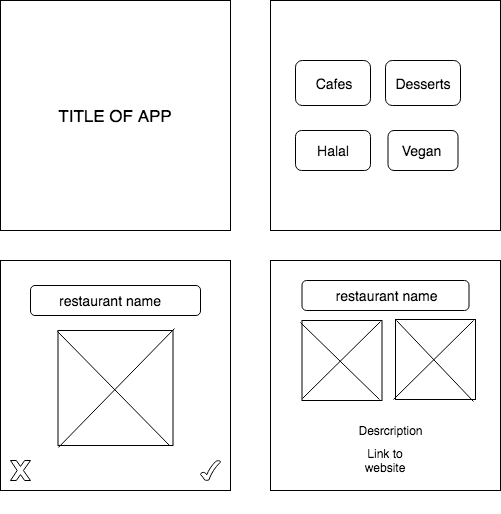
Above: readme-images/wireframes.png in anumhsn/ga-project4 (draw.io), before the change. Source tidied: cells renumbered, new cells last; positions are measured from the earlier drawing's top-left corner, leaving out a move shared by most shapes.
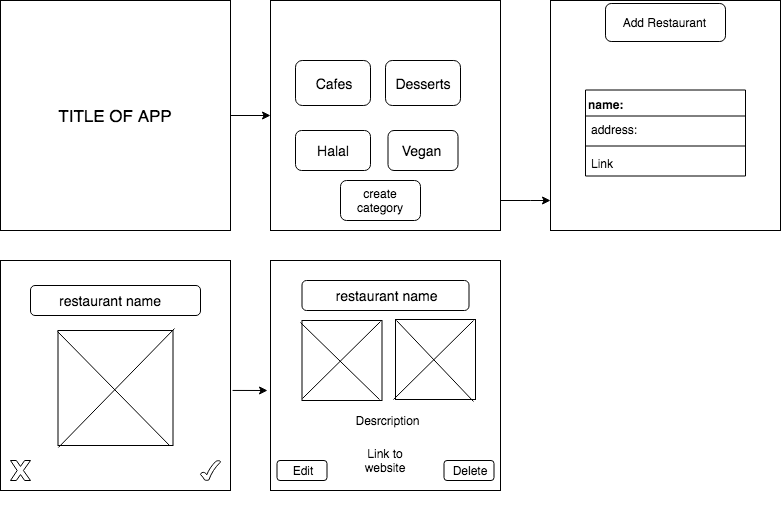
The same file after the commit.

Change to the diagram source:
```diff
@@ -2,12 +2,26 @@
   <root>
     <mxCell id="0" />
     <mxCell id="1" parent="0" />
+    <mxCell id="30" style="edgeStyle=orthogonalEdgeStyle;rounded=0;jettySize=auto;html=1;" parent="1" edge="1" source="2" target="3">
+      <mxGeometry relative="1" as="geometry" />
+    </mxCell>
     <mxCell id="2" value="&lt;font style=&quot;font-size: 17px&quot;&gt;TITLE OF APP&lt;/font&gt;" style="whiteSpace=wrap;html=1;" parent="1" vertex="1">
       <mxGeometry width="230" height="230" as="geometry" />
     </mxCell>
+    <mxCell id="31" style="edgeStyle=orthogonalEdgeStyle;rounded=0;jettySize=auto;html=1;" parent="1" edge="1" source="3" target="32">
+      <mxGeometry relative="1" as="geometry">
+        <Array as="points">
+          <mxPoint x="530" y="200" />
+          <mxPoint x="530" y="200" />
+        </Array>
+      </mxGeometry>
+    </mxCell>
     <mxCell id="3" style="whiteSpace=wrap;html=1;" parent="1" vertex="1">
       <mxGeometry x="270" width="230" height="230" as="geometry" />
     </mxCell>
+    <mxCell id="32" style="whiteSpace=wrap;html=1;" parent="1" vertex="1">
+      <mxGeometry x="550" width="230" height="230" as="geometry" />
+    </mxCell>
     <mxCell id="4" style="rounded=1;whiteSpace=wrap;html=1;" parent="1" vertex="1">
       <mxGeometry x="295" y="60" width="75" height="45" as="geometry" />
     </mxCell>
@@ -75,7 +89,7 @@
       <mxGeometry x="375" y="407.5" width="20" height="105" as="geometry" />
     </mxCell>
     <mxCell id="26" value="Desrcription" style="text;html=1;strokeColor=none;fillColor=none;align=center;verticalAlign=middle;whiteSpace=wrap;rounded=0;" parent="1" vertex="1">
-      <mxGeometry x="347.5" y="420" width="85" height="20" as="geometry" />
+      <mxGeometry x="345" y="410" width="85" height="20" as="geometry" />
     </mxCell>
     <mxCell id="27" style="whiteSpace=wrap;html=1;" parent="1" vertex="1">
       <mxGeometry x="395" y="319" width="80" height="80" as="geometry" />
@@ -86,5 +100,34 @@
     <mxCell id="29" style="endArrow=none;html=1;entryX=0.975;entryY=0.013;entryDx=0;entryDy=0;entryPerimeter=0;exitX=-0.025;exitY=1;exitDx=0;exitDy=0;exitPerimeter=0;" parent="1" edge="1" source="27" target="27">
       <mxGeometry relative="1" as="geometry" />
     </mxCell>
+    <mxCell id="33" value="Edit" style="rounded=1;whiteSpace=wrap;html=1;" parent="1" vertex="1">
+      <mxGeometry x="276.5" y="460" width="50" height="20" as="geometry" />
+    </mxCell>
+    <mxCell id="34" value="Delete" style="shape=ext;rounded=1;html=1;whiteSpace=wrap;" parent="1" vertex="1">
+      <mxGeometry x="443.5" y="460" width="50" height="20" as="geometry" />
+    </mxCell>
+    <mxCell id="35" value="create category" style="shape=ext;rounded=1;html=1;whiteSpace=wrap;" parent="1" vertex="1">
+      <mxGeometry x="340" y="180" width="80" height="40" as="geometry" />
+    </mxCell>
+    <mxCell id="36" value="Add Restaurant&amp;nbsp;" style="shape=ext;rounded=1;html=1;whiteSpace=wrap;" parent="1" vertex="1">
+      <mxGeometry x="605" y="3" width="120" height="38" as="geometry" />
+    </mxCell>
+    <mxCell id="37" value="name:" style="swimlane;fontStyle=1;align=left;verticalAlign=top;horizontal=1;startSize=26;" parent="1" vertex="1">
+      <mxGeometry x="585" y="89.5" width="160" height="86" as="geometry" />
+    </mxCell>
+    <mxCell id="38" value="address: " style="text;strokeColor=none;fillColor=none;align=left;verticalAlign=top;spacingLeft=4;spacingRight=4;overflow=hidden;" parent="37" vertex="1">
+      <mxGeometry y="26" width="160" height="26" as="geometry" />
+    </mxCell>
+    <mxCell id="39" style="line;strokeWidth=1;fillColor=none;align=left;verticalAlign=middle;spacingTop=-1;spacingLeft=3;spacingRight=3;labelPosition=right;" parent="37" vertex="1">
+      <mxGeometry y="52" width="160" height="8" as="geometry" />
+    </mxCell>
+    <mxCell id="40" value="Link" style="text;strokeColor=none;fillColor=none;align=left;verticalAlign=top;spacingLeft=4;spacingRight=4;overflow=hidden;" parent="37" vertex="1">
+      <mxGeometry y="60" width="160" height="26" as="geometry" />
+    </mxCell>
+    <mxCell id="41" style="endArrow=classic;html=1;exitX=1.009;exitY=0.565;exitDx=0;exitDy=0;exitPerimeter=0;" parent="1" edge="1" source="12">
+      <mxGeometry relative="1" as="geometry">
+        <mxPoint x="267" y="390" as="targetPoint" />
+      </mxGeometry>
+    </mxCell>
   </root>
 </mxGraphModel>
```
